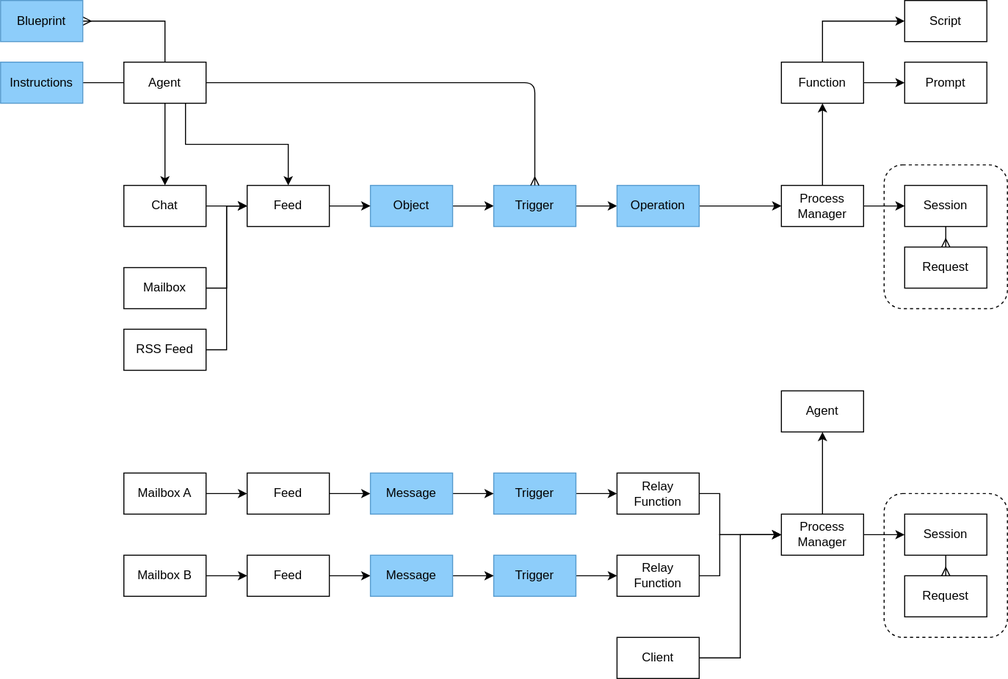
Before: packages/core/compute/assistant/docs/agent.drawio.svg, a diagram exported from draw.io (dxos/dxos). Source tidied: cells renumbered, new cells last; positions are measured from the earlier drawing's top-left corner, leaving out a move shared by most shapes.
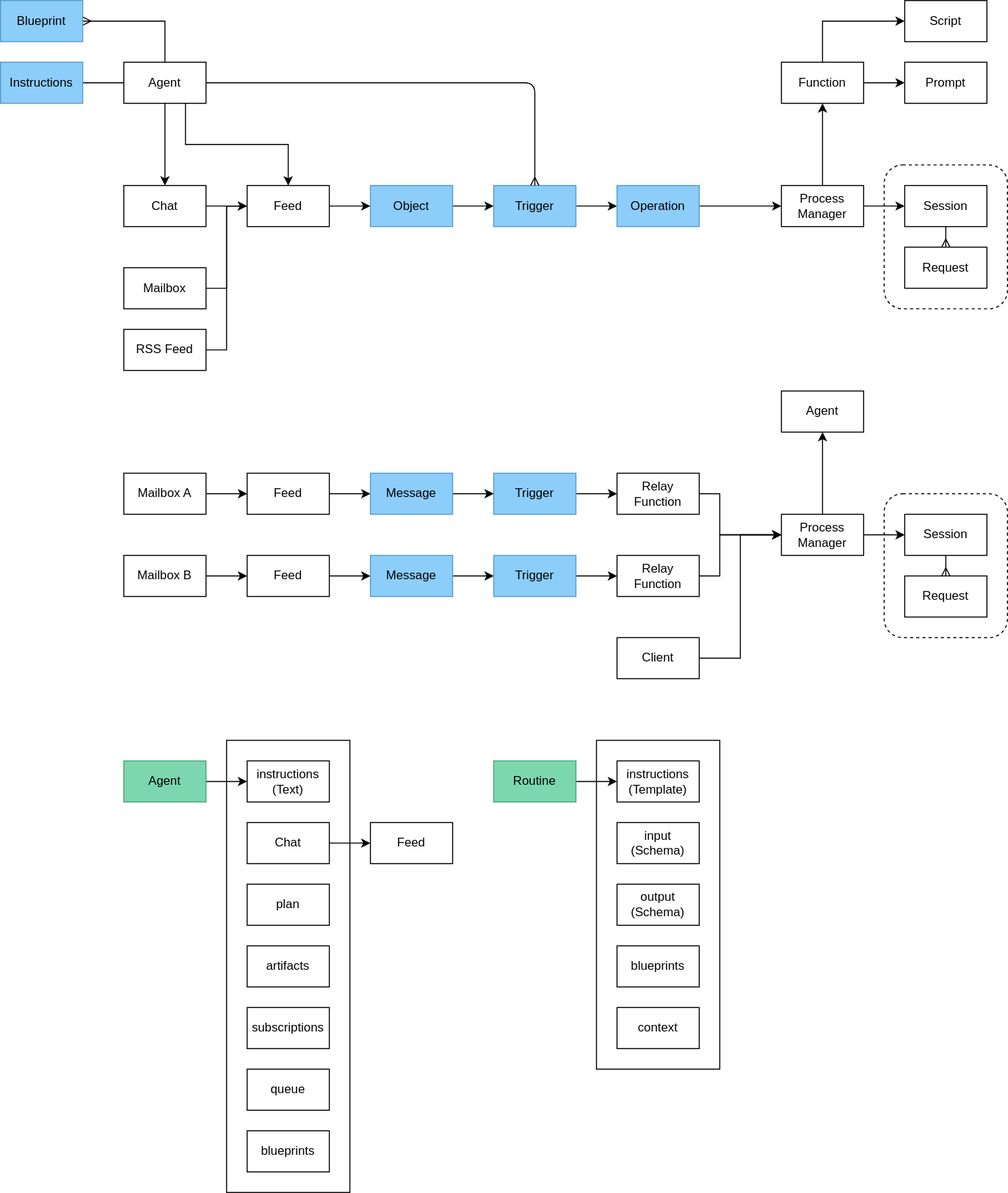
Above is the later version.

Diff of the diagram source:
```diff
@@ -2,6 +2,9 @@
   <root>
     <mxCell id="0" />
     <mxCell id="1" parent="0" />
+    <mxCell id="66" style="rounded=0;whiteSpace=wrap;html=1;fillColor=none;" parent="1" vertex="1">
+      <mxGeometry x="220" y="720" width="120" height="440" as="geometry" />
+    </mxCell>
     <mxCell id="2" style="rounded=1;whiteSpace=wrap;html=1;dashed=1;fillColor=none;" parent="1" vertex="1">
       <mxGeometry x="860" y="160" width="120" height="140" as="geometry" />
     </mxCell>
@@ -240,5 +243,62 @@
     <mxCell id="65" value="Prompt" style="rounded=0;whiteSpace=wrap;html=1;" parent="1" vertex="1">
       <mxGeometry x="880" y="60" width="80" height="40" as="geometry" />
     </mxCell>
+    <mxCell id="67" style="edgeStyle=none;html=1;exitX=1;exitY=0.5;exitDx=0;exitDy=0;" parent="1" edge="1" source="68" target="69">
+      <mxGeometry relative="1" as="geometry" />
+    </mxCell>
+    <mxCell id="68" value="Routine" style="rounded=0;whiteSpace=wrap;html=1;fillColor=#7CD7AF;fontColor=#000000;strokeColor=#4DA677;" parent="1" vertex="1">
+      <mxGeometry x="480" y="740" width="80" height="40" as="geometry" />
+    </mxCell>
+    <mxCell id="69" value="instructions&lt;br&gt;(Template)" style="rounded=0;whiteSpace=wrap;html=1;" parent="1" vertex="1">
+      <mxGeometry x="600" y="740" width="80" height="40" as="geometry" />
+    </mxCell>
+    <mxCell id="70" value="blueprints" style="rounded=0;whiteSpace=wrap;html=1;" parent="1" vertex="1">
+      <mxGeometry x="600" y="920" width="80" height="40" as="geometry" />
+    </mxCell>
+    <mxCell id="71" value="input&lt;br&gt;(Schema)" style="rounded=0;whiteSpace=wrap;html=1;" parent="1" vertex="1">
+      <mxGeometry x="600" y="800" width="80" height="40" as="geometry" />
+    </mxCell>
+    <mxCell id="72" value="output&lt;br&gt;(Schema)" style="rounded=0;whiteSpace=wrap;html=1;" parent="1" vertex="1">
+      <mxGeometry x="600" y="860" width="80" height="40" as="geometry" />
+    </mxCell>
+    <mxCell id="73" style="edgeStyle=none;html=1;exitX=1;exitY=0.5;exitDx=0;exitDy=0;" parent="1" edge="1" source="74" target="76">
+      <mxGeometry relative="1" as="geometry" />
+    </mxCell>
+    <mxCell id="74" value="Agent" style="rounded=0;whiteSpace=wrap;html=1;fillColor=#7CD7AF;fontColor=#000000;strokeColor=#4DA677;" parent="1" vertex="1">
+      <mxGeometry x="120" y="740" width="80" height="40" as="geometry" />
+    </mxCell>
+    <mxCell id="75" value="context" style="rounded=0;whiteSpace=wrap;html=1;" parent="1" vertex="1">
+      <mxGeometry x="600" y="980" width="80" height="40" as="geometry" />
+    </mxCell>
+    <mxCell id="76" value="instructions&lt;br&gt;(Text)" style="rounded=0;whiteSpace=wrap;html=1;" parent="1" vertex="1">
+      <mxGeometry x="240" y="740" width="80" height="40" as="geometry" />
+    </mxCell>
+    <mxCell id="77" style="edgeStyle=none;html=1;exitX=1;exitY=0.5;exitDx=0;exitDy=0;" parent="1" edge="1" source="78" target="79">
+      <mxGeometry relative="1" as="geometry" />
+    </mxCell>
+    <mxCell id="78" value="Chat" style="rounded=0;whiteSpace=wrap;html=1;" parent="1" vertex="1">
+      <mxGeometry x="240" y="800" width="80" height="40" as="geometry" />
+    </mxCell>
+    <mxCell id="79" value="Feed" style="rounded=0;whiteSpace=wrap;html=1;" parent="1" vertex="1">
+      <mxGeometry x="360" y="800" width="80" height="40" as="geometry" />
+    </mxCell>
+    <mxCell id="80" value="plan" style="rounded=0;whiteSpace=wrap;html=1;" parent="1" vertex="1">
+      <mxGeometry x="240" y="860" width="80" height="40" as="geometry" />
+    </mxCell>
+    <mxCell id="81" value="artifacts" style="rounded=0;whiteSpace=wrap;html=1;" parent="1" vertex="1">
+      <mxGeometry x="240" y="920" width="80" height="40" as="geometry" />
+    </mxCell>
+    <mxCell id="82" value="subscriptions" style="rounded=0;whiteSpace=wrap;html=1;" parent="1" vertex="1">
+      <mxGeometry x="240" y="980" width="80" height="40" as="geometry" />
+    </mxCell>
+    <mxCell id="83" value="queue" style="rounded=0;whiteSpace=wrap;html=1;" parent="1" vertex="1">
+      <mxGeometry x="240" y="1040" width="80" height="40" as="geometry" />
+    </mxCell>
+    <mxCell id="84" value="blueprints" style="rounded=0;whiteSpace=wrap;html=1;" parent="1" vertex="1">
+      <mxGeometry x="240" y="1100" width="80" height="40" as="geometry" />
+    </mxCell>
+    <mxCell id="85" style="rounded=0;whiteSpace=wrap;html=1;fillColor=none;" parent="1" vertex="1">
+      <mxGeometry x="580" y="720" width="120" height="320" as="geometry" />
+    </mxCell>
   </root>
 </mxGraphModel>
```
